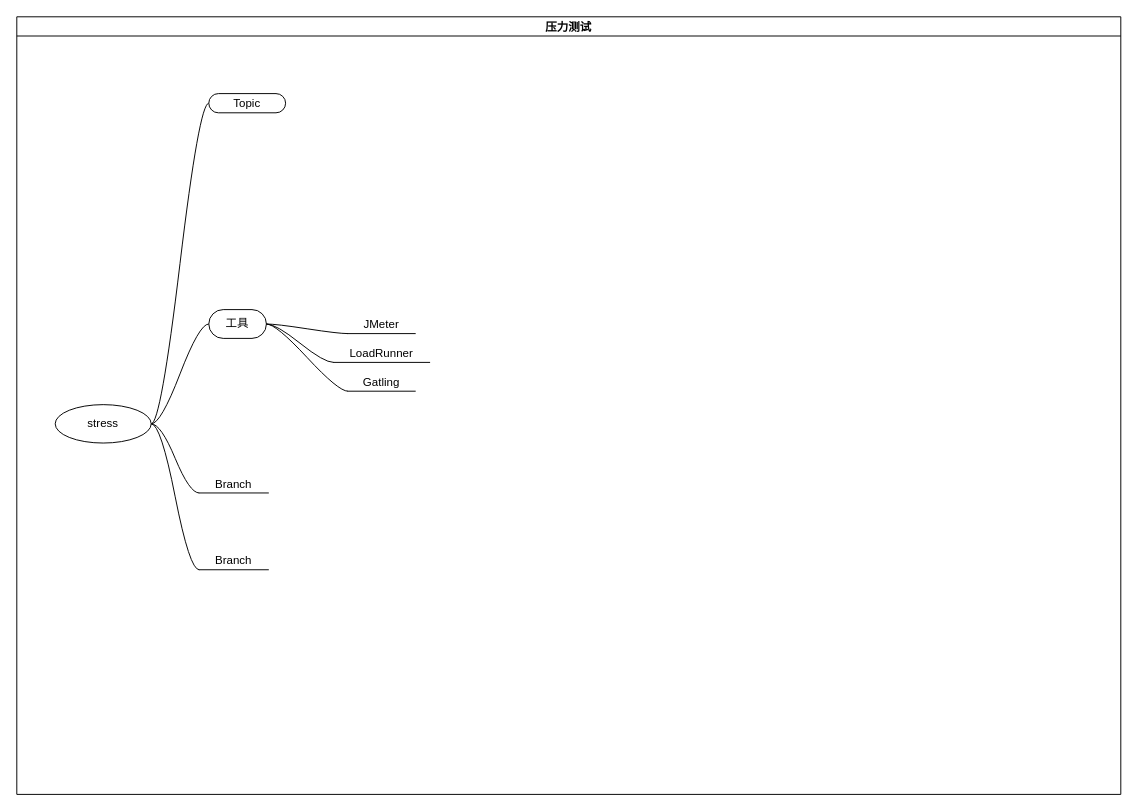
Above: page "stress" (4 of 4) of code-test/test.drawio in NiLinli/learn-web (draw.io), before the change. Source tidied: cells renumbered, new cells numbered last; positions are measured from the earlier drawing's top-left corner, leaving out a move shared by most shapes. Both pictures are drawn from the tidied source at 96%, with x=0, y=0 at pixel (16, 16).
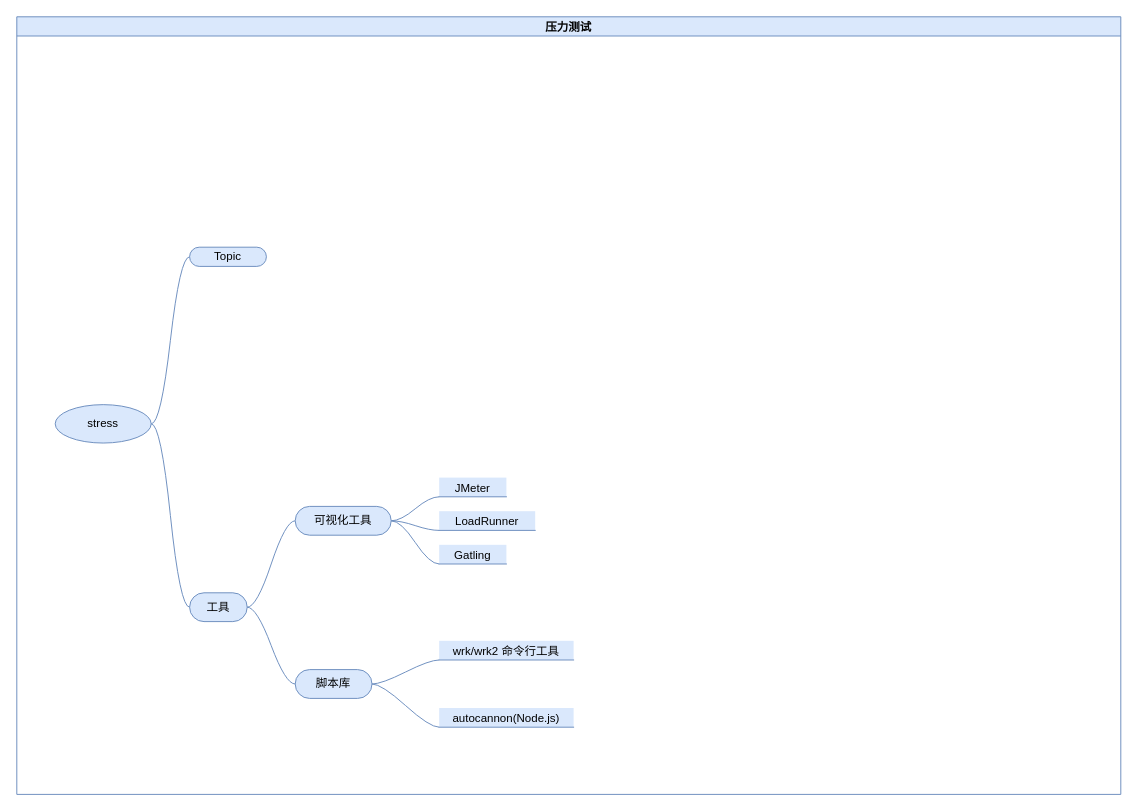
After the change.

Commit message:
[code-test] stress test

Change to the diagram source:
```diff
@@
-    <mxCell id="2" value="压力测试" style="swimlane;startSize=20;horizontal=1;containerType=tree;labelBackgroundColor=none;fontSize=12;fontColor=default;" parent="1" vertex="1">
+    <mxCell id="2" value="压力测试" style="swimlane;startSize=20;horizontal=1;containerType=tree;labelBackgroundColor=none;fontSize=12;fillColor=#dae8fc;strokeColor=#6c8ebf;" parent="1" vertex="1">
       <mxGeometry width="1150" height="810" as="geometry" />
     </mxCell>
-    <mxCell id="3" style="edgeStyle=entityRelationEdgeStyle;startArrow=none;endArrow=none;segment=10;curved=1;rounded=0;labelBackgroundColor=none;fontSize=12;fontColor=default;" parent="2" edge="1" source="7" target="8">
+    <mxCell id="3" style="edgeStyle=entityRelationEdgeStyle;startArrow=none;endArrow=none;segment=10;curved=1;rounded=0;labelBackgroundColor=none;fontSize=12;fontColor=default;fillColor=#dae8fc;strokeColor=#6c8ebf;" parent="2" edge="1" source="7" target="8">
       <mxGeometry relative="1" as="geometry" />
     </mxCell>
-    <mxCell id="4" style="edgeStyle=entityRelationEdgeStyle;startArrow=none;endArrow=none;segment=10;curved=1;rounded=0;labelBackgroundColor=none;fontSize=12;fontColor=default;" parent="2" edge="1" source="7" target="9">
-      <mxGeometry relative="1" as="geometry" />
-    </mxCell>
-    <mxCell id="5" style="edgeStyle=entityRelationEdgeStyle;startArrow=none;endArrow=none;segment=10;curved=1;rounded=0;labelBackgroundColor=none;fontSize=12;fontColor=default;" parent="2" edge="1" source="7" target="10">
+    <mxCell id="5" style="edgeStyle=entityRelationEdgeStyle;startArrow=none;endArrow=none;segment=10;curved=1;rounded=0;labelBackgroundColor=none;fontSize=12;fontColor=default;fillColor=#dae8fc;strokeColor=#6c8ebf;" parent="2" edge="1" source="7" target="10">
       <mxGeometry relative="1" as="geometry" />
     </mxCell>
-    <mxCell id="6" style="edgeStyle=entityRelationEdgeStyle;startArrow=none;endArrow=none;segment=10;curved=1;rounded=0;labelBackgroundColor=none;fontSize=12;fontColor=default;" parent="2" edge="1" source="7" target="11">
-      <mxGeometry relative="1" as="geometry" />
-    </mxCell>
-    <mxCell id="7" value="stress" style="ellipse;whiteSpace=wrap;html=1;align=center;newEdgeStyle={&quot;edgeStyle&quot;:&quot;entityRelationEdgeStyle&quot;,&quot;startArrow&quot;:&quot;none&quot;,&quot;endArrow&quot;:&quot;none&quot;,&quot;segment&quot;:10,&quot;curved&quot;:1};labelBackgroundColor=none;fontSize=12;fontColor=default;" parent="2" vertex="1">
+    <mxCell id="7" value="stress" style="ellipse;whiteSpace=wrap;html=1;align=center;newEdgeStyle={&quot;edgeStyle&quot;:&quot;entityRelationEdgeStyle&quot;,&quot;startArrow&quot;:&quot;none&quot;,&quot;endArrow&quot;:&quot;none&quot;,&quot;segment&quot;:10,&quot;curved&quot;:1};labelBackgroundColor=none;fontSize=12;fillColor=#dae8fc;strokeColor=#6c8ebf;" parent="2" vertex="1">
       <mxGeometry x="40" y="404" width="100" height="40" as="geometry" />
     </mxCell>
-    <mxCell id="8" value="Topic" style="whiteSpace=wrap;html=1;rounded=1;arcSize=50;align=center;verticalAlign=middle;strokeWidth=1;spacing=4;newEdgeStyle={&quot;edgeStyle&quot;:&quot;entityRelationEdgeStyle&quot;,&quot;startArrow&quot;:&quot;none&quot;,&quot;endArrow&quot;:&quot;none&quot;,&quot;segment&quot;:10,&quot;curved&quot;:1};labelBackgroundColor=none;fontSize=12;fontColor=default;" parent="2" vertex="1">
-      <mxGeometry x="200" y="80" width="80" height="20" as="geometry" />
+    <mxCell id="8" value="Topic" style="whiteSpace=wrap;html=1;rounded=1;arcSize=50;align=center;verticalAlign=middle;strokeWidth=1;spacing=4;newEdgeStyle={&quot;edgeStyle&quot;:&quot;entityRelationEdgeStyle&quot;,&quot;startArrow&quot;:&quot;none&quot;,&quot;endArrow&quot;:&quot;none&quot;,&quot;segment&quot;:10,&quot;curved&quot;:1};labelBackgroundColor=none;fontSize=12;fillColor=#dae8fc;strokeColor=#6c8ebf;" parent="2" vertex="1">
+      <mxGeometry x="180" y="240" width="80" height="20" as="geometry" />
     </mxCell>
-    <mxCell id="9" value="Branch" style="whiteSpace=wrap;html=1;shape=partialRectangle;top=0;left=0;bottom=1;right=0;points=[[0,1],[1,1]];fillColor=none;align=center;verticalAlign=bottom;routingCenterY=0.5;snapToPoint=1;newEdgeStyle={&quot;edgeStyle&quot;:&quot;entityRelationEdgeStyle&quot;,&quot;startArrow&quot;:&quot;none&quot;,&quot;endArrow&quot;:&quot;none&quot;,&quot;segment&quot;:10,&quot;curved&quot;:1};labelBackgroundColor=none;fontSize=12;fontColor=default;" parent="2" vertex="1">
-      <mxGeometry x="190" y="550" width="72" height="26" as="geometry" />
-    </mxCell>
-    <mxCell id="10" value="工具" style="whiteSpace=wrap;html=1;rounded=1;arcSize=50;align=center;verticalAlign=middle;strokeWidth=1;spacing=4;newEdgeStyle={&quot;edgeStyle&quot;:&quot;entityRelationEdgeStyle&quot;,&quot;startArrow&quot;:&quot;none&quot;,&quot;endArrow&quot;:&quot;none&quot;,&quot;segment&quot;:10,&quot;curved&quot;:1};labelBackgroundColor=none;fontSize=12;fontColor=default;" parent="2" vertex="1">
-      <mxGeometry x="200" y="305" width="60" height="30" as="geometry" />
+    <mxCell id="10" value="工具" style="whiteSpace=wrap;html=1;rounded=1;arcSize=50;align=center;verticalAlign=middle;strokeWidth=1;spacing=4;newEdgeStyle={&quot;edgeStyle&quot;:&quot;entityRelationEdgeStyle&quot;,&quot;startArrow&quot;:&quot;none&quot;,&quot;endArrow&quot;:&quot;none&quot;,&quot;segment&quot;:10,&quot;curved&quot;:1};labelBackgroundColor=none;fontSize=12;fillColor=#dae8fc;strokeColor=#6c8ebf;" parent="2" vertex="1">
+      <mxGeometry x="180" y="600" width="60" height="30" as="geometry" />
     </mxCell>
-    <mxCell id="11" value="Branch" style="whiteSpace=wrap;html=1;shape=partialRectangle;top=0;left=0;bottom=1;right=0;points=[[0,1],[1,1]];fillColor=none;align=center;verticalAlign=bottom;routingCenterY=0.5;snapToPoint=1;newEdgeStyle={&quot;edgeStyle&quot;:&quot;entityRelationEdgeStyle&quot;,&quot;startArrow&quot;:&quot;none&quot;,&quot;endArrow&quot;:&quot;none&quot;,&quot;segment&quot;:10,&quot;curved&quot;:1};labelBackgroundColor=none;fontSize=12;fontColor=default;" parent="2" vertex="1">
-      <mxGeometry x="190" y="470" width="72" height="26" as="geometry" />
-    </mxCell>
-    <mxCell id="12" value="JMeter" style="whiteSpace=wrap;html=1;shape=partialRectangle;top=0;left=0;bottom=1;right=0;points=[[0,1],[1,1]];fillColor=none;align=center;verticalAlign=bottom;routingCenterY=0.5;snapToPoint=1;newEdgeStyle={&quot;edgeStyle&quot;:&quot;entityRelationEdgeStyle&quot;,&quot;startArrow&quot;:&quot;none&quot;,&quot;endArrow&quot;:&quot;none&quot;,&quot;segment&quot;:10,&quot;curved&quot;:1};labelBackgroundColor=none;fontSize=12;fontColor=default;" parent="2" vertex="1">
-      <mxGeometry x="345" y="310" width="70" height="20" as="geometry" />
+    <mxCell id="12" value="JMeter" style="whiteSpace=wrap;html=1;shape=partialRectangle;top=0;left=0;bottom=1;right=0;points=[[0,1],[1,1]];fillColor=#dae8fc;align=center;verticalAlign=bottom;routingCenterY=0.5;snapToPoint=1;newEdgeStyle={&quot;edgeStyle&quot;:&quot;entityRelationEdgeStyle&quot;,&quot;startArrow&quot;:&quot;none&quot;,&quot;endArrow&quot;:&quot;none&quot;,&quot;segment&quot;:10,&quot;curved&quot;:1};labelBackgroundColor=none;fontSize=12;strokeColor=#6c8ebf;" parent="2" vertex="1">
+      <mxGeometry x="440" y="480" width="70" height="20" as="geometry" />
     </mxCell>
-    <mxCell id="13" style="edgeStyle=entityRelationEdgeStyle;startArrow=none;endArrow=none;segment=10;curved=1;rounded=0;labelBackgroundColor=none;fontSize=12;fontColor=default;" parent="2" edge="1" source="10" target="12">
+    <mxCell id="13" style="edgeStyle=entityRelationEdgeStyle;startArrow=none;endArrow=none;segment=10;curved=1;rounded=0;labelBackgroundColor=none;fontSize=12;fontColor=default;fillColor=#dae8fc;strokeColor=#6c8ebf;exitX=1;exitY=0.5;exitDx=0;exitDy=0;" parent="2" edge="1" source="19" target="12">
       <mxGeometry relative="1" as="geometry" />
     </mxCell>
-    <mxCell id="14" style="edgeStyle=entityRelationEdgeStyle;startArrow=none;endArrow=none;segment=10;curved=1;rounded=0;labelBackgroundColor=none;fontSize=12;fontColor=default;" parent="2" edge="1" source="10" target="15">
+    <mxCell id="14" style="edgeStyle=entityRelationEdgeStyle;startArrow=none;endArrow=none;segment=10;curved=1;rounded=0;labelBackgroundColor=none;fontSize=12;fontColor=default;fillColor=#dae8fc;strokeColor=#6c8ebf;exitX=1;exitY=0.5;exitDx=0;exitDy=0;" parent="2" edge="1" source="19" target="15">
       <mxGeometry relative="1" as="geometry" />
     </mxCell>
-    <mxCell id="15" value="LoadRunner" style="whiteSpace=wrap;html=1;shape=partialRectangle;top=0;left=0;bottom=1;right=0;points=[[0,1],[1,1]];fillColor=none;align=center;verticalAlign=bottom;routingCenterY=0.5;snapToPoint=1;newEdgeStyle={&quot;edgeStyle&quot;:&quot;entityRelationEdgeStyle&quot;,&quot;startArrow&quot;:&quot;none&quot;,&quot;endArrow&quot;:&quot;none&quot;,&quot;segment&quot;:10,&quot;curved&quot;:1};labelBackgroundColor=none;fontSize=12;fontColor=default;" parent="2" vertex="1">
-      <mxGeometry x="330" y="340" width="100" height="20" as="geometry" />
+    <mxCell id="15" value="LoadRunner" style="whiteSpace=wrap;html=1;shape=partialRectangle;top=0;left=0;bottom=1;right=0;points=[[0,1],[1,1]];fillColor=#dae8fc;align=center;verticalAlign=bottom;routingCenterY=0.5;snapToPoint=1;newEdgeStyle={&quot;edgeStyle&quot;:&quot;entityRelationEdgeStyle&quot;,&quot;startArrow&quot;:&quot;none&quot;,&quot;endArrow&quot;:&quot;none&quot;,&quot;segment&quot;:10,&quot;curved&quot;:1};labelBackgroundColor=none;fontSize=12;strokeColor=#6c8ebf;" parent="2" vertex="1">
+      <mxGeometry x="440" y="515" width="100" height="20" as="geometry" />
     </mxCell>
-    <mxCell id="16" style="edgeStyle=entityRelationEdgeStyle;startArrow=none;endArrow=none;segment=10;curved=1;rounded=0;labelBackgroundColor=none;fontSize=12;fontColor=default;" parent="2" edge="1" source="10" target="17">
+    <mxCell id="16" style="edgeStyle=entityRelationEdgeStyle;startArrow=none;endArrow=none;segment=10;curved=1;rounded=0;labelBackgroundColor=none;fontSize=12;fontColor=default;fillColor=#dae8fc;strokeColor=#6c8ebf;exitX=1;exitY=0.5;exitDx=0;exitDy=0;" parent="2" edge="1" source="19" target="17">
       <mxGeometry relative="1" as="geometry" />
     </mxCell>
-    <mxCell id="17" value="Gatling" style="whiteSpace=wrap;html=1;shape=partialRectangle;top=0;left=0;bottom=1;right=0;points=[[0,1],[1,1]];fillColor=none;align=center;verticalAlign=bottom;routingCenterY=0.5;snapToPoint=1;newEdgeStyle={&quot;edgeStyle&quot;:&quot;entityRelationEdgeStyle&quot;,&quot;startArrow&quot;:&quot;none&quot;,&quot;endArrow&quot;:&quot;none&quot;,&quot;segment&quot;:10,&quot;curved&quot;:1};labelBackgroundColor=none;fontSize=12;fontColor=default;" parent="2" vertex="1">
-      <mxGeometry x="345" y="370" width="70" height="20" as="geometry" />
+    <mxCell id="17" value="Gatling" style="whiteSpace=wrap;html=1;shape=partialRectangle;top=0;left=0;bottom=1;right=0;points=[[0,1],[1,1]];fillColor=#dae8fc;align=center;verticalAlign=bottom;routingCenterY=0.5;snapToPoint=1;newEdgeStyle={&quot;edgeStyle&quot;:&quot;entityRelationEdgeStyle&quot;,&quot;startArrow&quot;:&quot;none&quot;,&quot;endArrow&quot;:&quot;none&quot;,&quot;segment&quot;:10,&quot;curved&quot;:1};labelBackgroundColor=none;fontSize=12;strokeColor=#6c8ebf;" parent="2" vertex="1">
+      <mxGeometry x="440" y="550" width="70" height="20" as="geometry" />
     </mxCell>
+    <mxCell id="18" style="edgeStyle=entityRelationEdgeStyle;startArrow=none;endArrow=none;segment=10;curved=1;rounded=0;labelBackgroundColor=none;fontSize=12;fontColor=default;fillColor=#dae8fc;strokeColor=#6c8ebf;" parent="2" edge="1" source="10" target="19">
+      <mxGeometry relative="1" as="geometry" />
+    </mxCell>
+    <mxCell id="19" value="可视化工具" style="whiteSpace=wrap;html=1;rounded=1;arcSize=50;align=center;verticalAlign=middle;strokeWidth=1;spacing=4;newEdgeStyle={&quot;edgeStyle&quot;:&quot;entityRelationEdgeStyle&quot;,&quot;startArrow&quot;:&quot;none&quot;,&quot;endArrow&quot;:&quot;none&quot;,&quot;segment&quot;:10,&quot;curved&quot;:1};labelBackgroundColor=none;fontSize=12;fillColor=#dae8fc;strokeColor=#6c8ebf;" parent="2" vertex="1">
+      <mxGeometry x="290" y="510" width="100" height="30" as="geometry" />
+    </mxCell>
+    <mxCell id="20" style="edgeStyle=entityRelationEdgeStyle;startArrow=none;endArrow=none;segment=10;curved=1;rounded=0;labelBackgroundColor=none;fontSize=12;fontColor=default;fillColor=#dae8fc;strokeColor=#6c8ebf;" parent="2" edge="1" source="10" target="21">
+      <mxGeometry relative="1" as="geometry" />
+    </mxCell>
+    <mxCell id="21" value="脚本库" style="whiteSpace=wrap;html=1;rounded=1;arcSize=50;align=center;verticalAlign=middle;strokeWidth=1;spacing=4;newEdgeStyle={&quot;edgeStyle&quot;:&quot;entityRelationEdgeStyle&quot;,&quot;startArrow&quot;:&quot;none&quot;,&quot;endArrow&quot;:&quot;none&quot;,&quot;segment&quot;:10,&quot;curved&quot;:1};labelBackgroundColor=none;fontSize=12;fillColor=#dae8fc;strokeColor=#6c8ebf;" parent="2" vertex="1">
+      <mxGeometry x="290" y="680" width="80" height="30" as="geometry" />
+    </mxCell>
+    <mxCell id="22" value="wrk/wrk2 命令行工具" style="whiteSpace=wrap;html=1;shape=partialRectangle;top=0;left=0;bottom=1;right=0;points=[[0,1],[1,1]];fillColor=#dae8fc;align=center;verticalAlign=bottom;routingCenterY=0.5;snapToPoint=1;newEdgeStyle={&quot;edgeStyle&quot;:&quot;entityRelationEdgeStyle&quot;,&quot;startArrow&quot;:&quot;none&quot;,&quot;endArrow&quot;:&quot;none&quot;,&quot;segment&quot;:10,&quot;curved&quot;:1};labelBackgroundColor=none;fontSize=12;strokeColor=#6c8ebf;" parent="2" vertex="1">
+      <mxGeometry x="440" y="650" width="140" height="20" as="geometry" />
+    </mxCell>
+    <mxCell id="23" style="edgeStyle=entityRelationEdgeStyle;startArrow=none;endArrow=none;segment=10;curved=1;rounded=0;labelBackgroundColor=none;fontSize=12;fontColor=default;fillColor=#dae8fc;strokeColor=#6c8ebf;" parent="2" edge="1" source="21" target="22">
+      <mxGeometry relative="1" as="geometry" />
+    </mxCell>
+    <mxCell id="24" style="edgeStyle=entityRelationEdgeStyle;startArrow=none;endArrow=none;segment=10;curved=1;rounded=0;labelBackgroundColor=none;fontSize=12;fontColor=default;fillColor=#dae8fc;strokeColor=#6c8ebf;" parent="2" edge="1" source="21" target="25">
+      <mxGeometry relative="1" as="geometry" />
+    </mxCell>
+    <mxCell id="25" value="autocannon(Node.js)" style="whiteSpace=wrap;html=1;shape=partialRectangle;top=0;left=0;bottom=1;right=0;points=[[0,1],[1,1]];fillColor=#dae8fc;align=center;verticalAlign=bottom;routingCenterY=0.5;snapToPoint=1;newEdgeStyle={&quot;edgeStyle&quot;:&quot;entityRelationEdgeStyle&quot;,&quot;startArrow&quot;:&quot;none&quot;,&quot;endArrow&quot;:&quot;none&quot;,&quot;segment&quot;:10,&quot;curved&quot;:1};labelBackgroundColor=none;fontSize=12;strokeColor=#6c8ebf;" parent="2" vertex="1">
+      <mxGeometry x="440" y="720" width="140" height="20" as="geometry" />
+    </mxCell>
```
